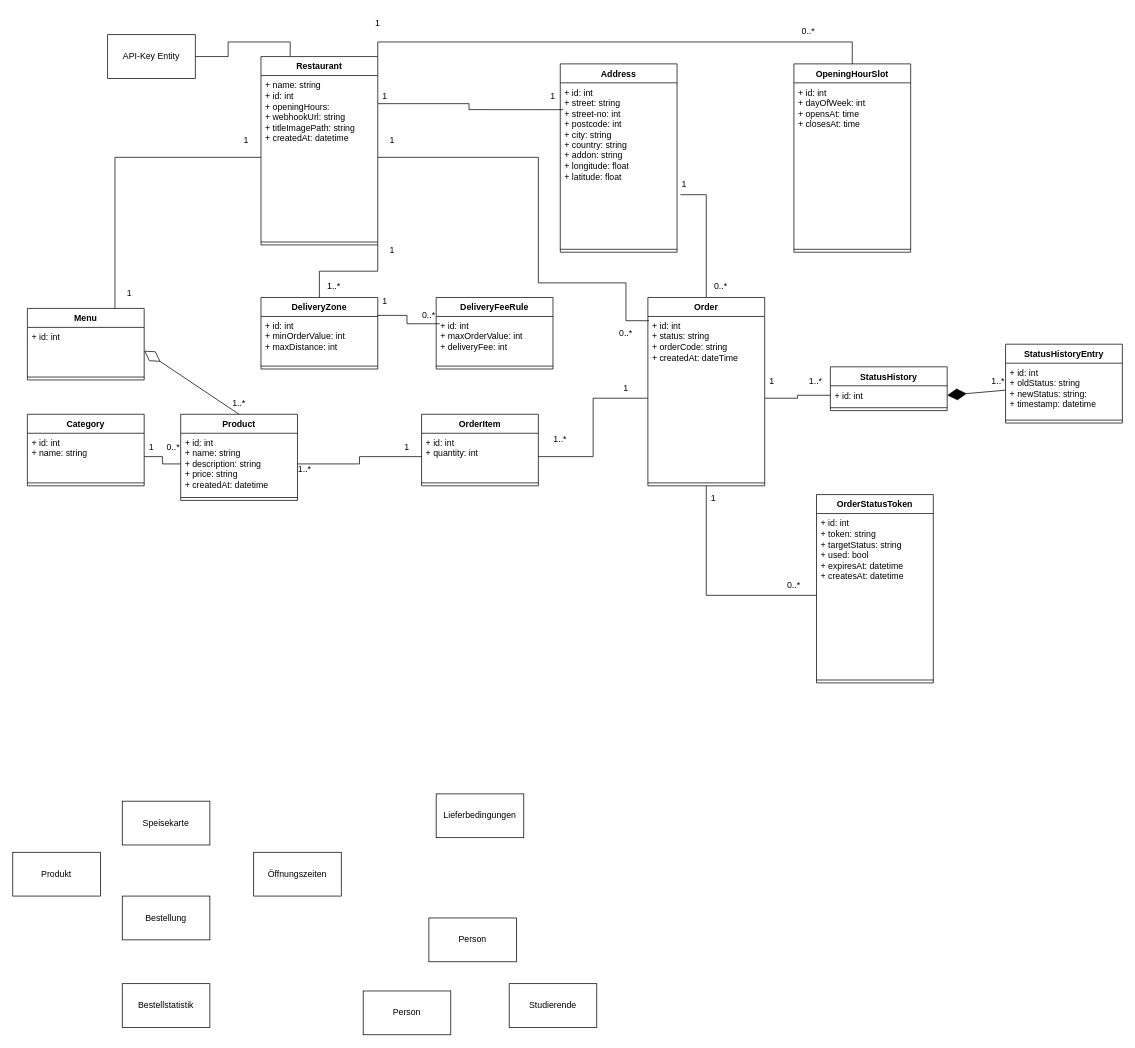
Before: docs/UML-Diagramm_db.drawio in merlibird/bite-project, a draw.io diagram. Source tidied: cells renumbered, new cells numbered last; positions are measured from the earlier drawing's top-left corner, leaving out a move shared by most shapes. Both pictures are drawn from the tidied source at 73%, with x=0, y=0 at pixel (12, 12).
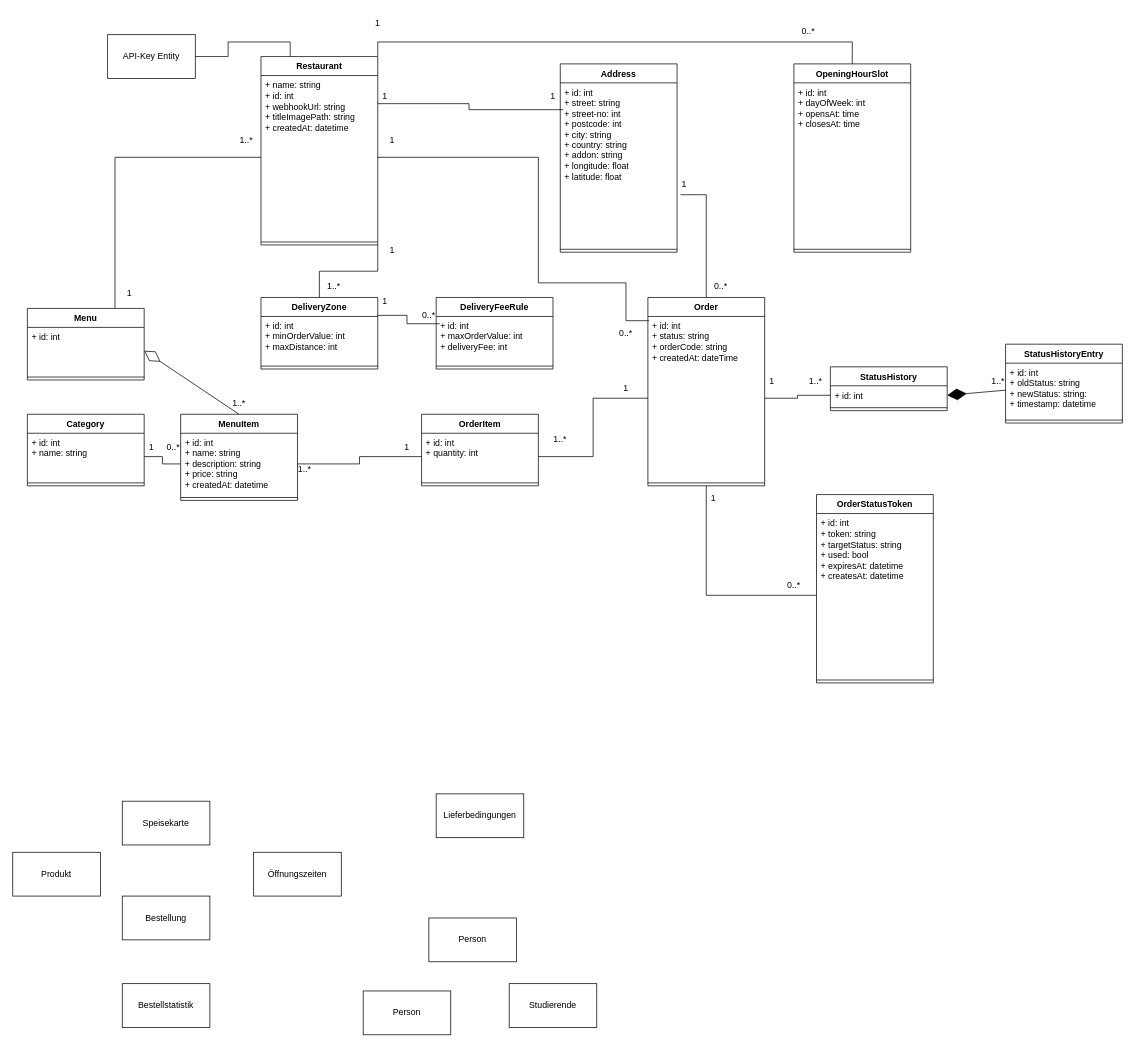
The same diagram, later.

Unchanged cells that the change refers to:
```xml
<mxCell id="13" value="Restaurant" style="swimlane;fontStyle=1;align=center;verticalAlign=top;horizontal=1;startSize=26;whiteSpace=wrap;html=1;" parent="1" vertex="1">
  <mxGeometry x="340" y="60" width="160" height="258" as="geometry" />
</mxCell>
```

The edit, as a diff of the source:
```diff
@@
-    <mxCell id="14" value="+ name: string&lt;div&gt;+ id: int&lt;div&gt;+ openingHours:&amp;nbsp;&lt;/div&gt;&lt;/div&gt;&lt;div&gt;+ webhookUrl: string&lt;/div&gt;&lt;div&gt;+ titleImagePath: string&lt;/div&gt;&lt;div&gt;+ createdAt: datetime&lt;/div&gt;" style="text;strokeColor=none;fillColor=none;align=left;verticalAlign=top;spacingLeft=4;spacingRight=4;overflow=hidden;points=[[0,0.5],[1,0.5]];portConstraint=eastwest;whiteSpace=wrap;html=1;" parent="13" vertex="1">
+    <mxCell id="14" value="+ name: string&lt;div&gt;+ id: int&lt;div&gt;&lt;span style=&quot;background-color: transparent; color: light-dark(rgb(0, 0, 0), rgb(255, 255, 255));&quot;&gt;+ webhookUrl: string&lt;/span&gt;&lt;/div&gt;&lt;/div&gt;&lt;div&gt;+ titleImagePath: string&lt;/div&gt;&lt;div&gt;+ createdAt: datetime&lt;/div&gt;" style="text;strokeColor=none;fillColor=none;align=left;verticalAlign=top;spacingLeft=4;spacingRight=4;overflow=hidden;points=[[0,0.5],[1,0.5]];portConstraint=eastwest;whiteSpace=wrap;html=1;" parent="13" vertex="1">
       <mxGeometry y="26" width="160" height="224" as="geometry" />
     </mxCell>
@@
-    <mxCell id="41" value="Product" style="swimlane;fontStyle=1;align=center;verticalAlign=top;horizontal=1;startSize=26;whiteSpace=wrap;html=1;" parent="1" vertex="1">
+    <mxCell id="41" value="MenuItem" style="swimlane;fontStyle=1;align=center;verticalAlign=top;horizontal=1;startSize=26;whiteSpace=wrap;html=1;" parent="1" vertex="1">
       <mxGeometry x="230" y="550" width="160" height="118" as="geometry" />
     </mxCell>
@@
-    <mxCell id="46" value="1" style="text;html=1;whiteSpace=wrap;strokeColor=none;fillColor=none;align=center;verticalAlign=middle;rounded=0;" parent="1" vertex="1">
+    <mxCell id="46" value="1..*" style="text;html=1;whiteSpace=wrap;strokeColor=none;fillColor=none;align=center;verticalAlign=middle;rounded=0;" parent="1" vertex="1">
       <mxGeometry x="290" y="160" width="60" height="30" as="geometry" />
     </mxCell>
```
